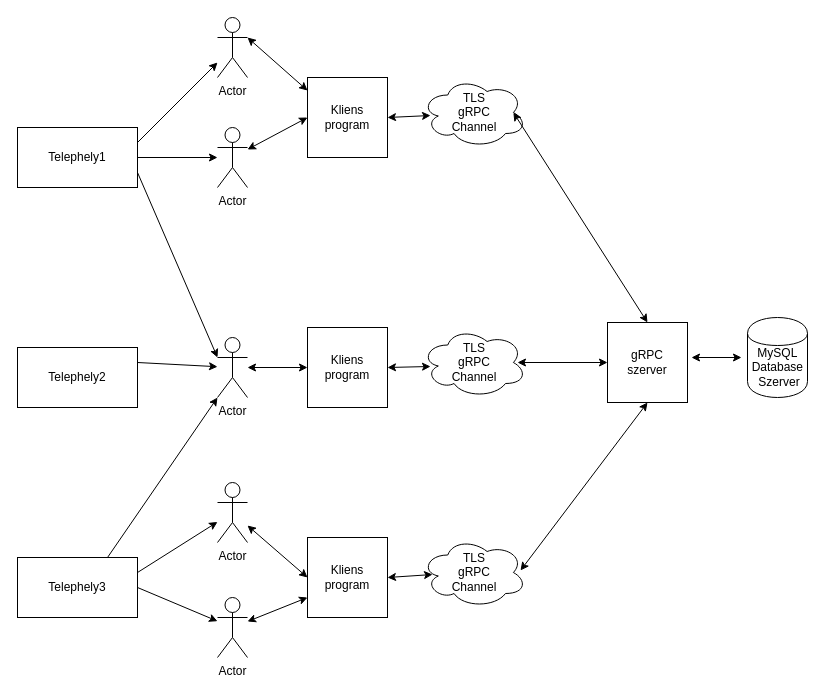
Before: vázlat/szofter arch diagram.drawio in andoren/szakdolgozat, a draw.io diagram. Source tidied: cells renumbered, new cells numbered last; positions are measured from the earlier drawing's top-left corner, leaving out a move shared by most shapes. Both pictures are drawn from the tidied source at 100%, with x=0, y=0 at pixel (17, 17).
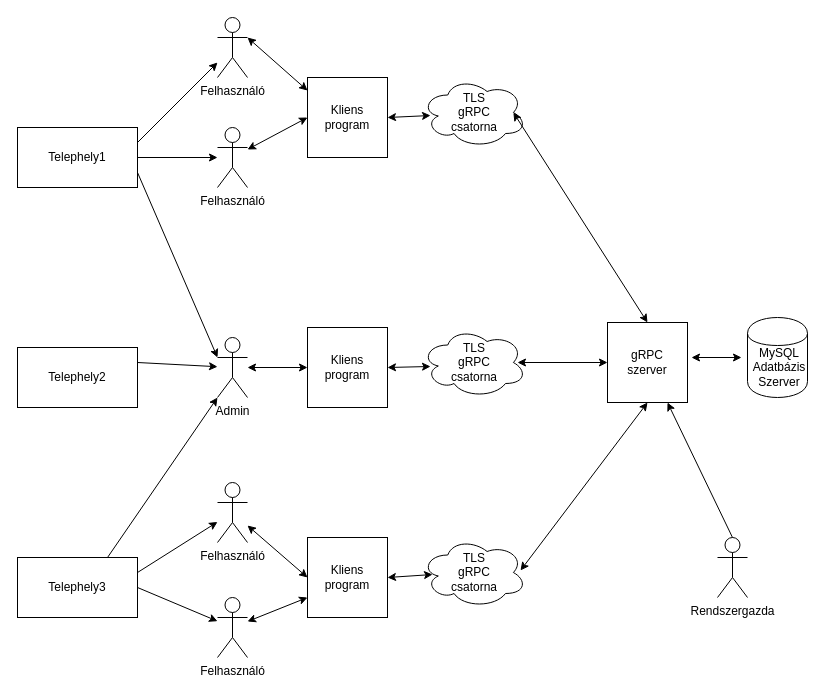
After the change.

Unchanged cells that the change refers to:
```xml
<mxCell id="32" style="whiteSpace=wrap;html=1;" parent="1" vertex="1">
  <mxGeometry x="590" y="305" width="80" height="80" as="geometry" />
</mxCell>
```

What changed in the source:
```diff
@@
-    <mxCell id="2" value="Actor" style="shape=umlActor;verticalLabelPosition=bottom;labelBackgroundColor=#ffffff;verticalAlign=top;html=1;outlineConnect=0;" parent="1" vertex="1">
+    <mxCell id="2" value="Felhasználó" style="shape=umlActor;verticalLabelPosition=bottom;labelBackgroundColor=#ffffff;verticalAlign=top;html=1;outlineConnect=0;" parent="1" vertex="1">
       <mxGeometry x="200" width="30" height="60" as="geometry" />
     </mxCell>
-    <mxCell id="3" value="Actor" style="shape=umlActor;verticalLabelPosition=bottom;labelBackgroundColor=#ffffff;verticalAlign=top;html=1;outlineConnect=0;" parent="1" vertex="1">
+    <mxCell id="3" value="Felhasználó" style="shape=umlActor;verticalLabelPosition=bottom;labelBackgroundColor=#ffffff;verticalAlign=top;html=1;outlineConnect=0;" parent="1" vertex="1">
       <mxGeometry x="200" y="110" width="30" height="60" as="geometry" />
     </mxCell>
-    <mxCell id="4" value="Actor" style="shape=umlActor;verticalLabelPosition=bottom;labelBackgroundColor=#ffffff;verticalAlign=top;html=1;outlineConnect=0;" parent="1" vertex="1">
+    <mxCell id="4" value="Admin" style="shape=umlActor;verticalLabelPosition=bottom;labelBackgroundColor=#ffffff;verticalAlign=top;html=1;outlineConnect=0;" parent="1" vertex="1">
       <mxGeometry x="200" y="320" width="30" height="60" as="geometry" />
     </mxCell>
-    <mxCell id="5" value="Actor" style="shape=umlActor;verticalLabelPosition=bottom;labelBackgroundColor=#ffffff;verticalAlign=top;html=1;outlineConnect=0;" parent="1" vertex="1">
+    <mxCell id="5" value="Felhasználó" style="shape=umlActor;verticalLabelPosition=bottom;labelBackgroundColor=#ffffff;verticalAlign=top;html=1;outlineConnect=0;" parent="1" vertex="1">
       <mxGeometry x="200" y="465" width="30" height="60" as="geometry" />
     </mxCell>
-    <mxCell id="6" value="Actor" style="shape=umlActor;verticalLabelPosition=bottom;labelBackgroundColor=#ffffff;verticalAlign=top;html=1;outlineConnect=0;" parent="1" vertex="1">
+    <mxCell id="6" value="Felhasználó" style="shape=umlActor;verticalLabelPosition=bottom;labelBackgroundColor=#ffffff;verticalAlign=top;html=1;outlineConnect=0;" parent="1" vertex="1">
       <mxGeometry x="200" y="580" width="30" height="60" as="geometry" />
     </mxCell>
@@
-    <mxCell id="29" value="TLS gRPC Channel" style="text;html=1;strokeColor=none;fillColor=none;align=center;verticalAlign=middle;whiteSpace=wrap;rounded=0;" parent="1" vertex="1">
+    <mxCell id="29" value="TLS gRPC csatorna" style="text;html=1;strokeColor=none;fillColor=none;align=center;verticalAlign=middle;whiteSpace=wrap;rounded=0;" parent="1" vertex="1">
       <mxGeometry x="436.5" y="335" width="40" height="20" as="geometry" />
     </mxCell>
-    <mxCell id="30" value="TLS gRPC Channel" style="text;html=1;strokeColor=none;fillColor=none;align=center;verticalAlign=middle;whiteSpace=wrap;rounded=0;" parent="1" vertex="1">
-      <mxGeometry x="436.5" y="545" width="40" height="20" as="geometry" />
-    </mxCell>
-    <mxCell id="31" value="TLS gRPC Channel" style="text;html=1;strokeColor=none;fillColor=none;align=center;verticalAlign=middle;whiteSpace=wrap;rounded=0;" parent="1" vertex="1">
-      <mxGeometry x="436.5" y="85" width="40" height="20" as="geometry" />
-    </mxCell>
@@
-    <mxCell id="35" value="MySQL&amp;nbsp;&lt;br&gt;Database&amp;nbsp;&lt;br&gt;Szerver" style="text;html=1;strokeColor=none;fillColor=none;align=center;verticalAlign=middle;whiteSpace=wrap;rounded=0;" parent="1" vertex="1">
+    <mxCell id="35" value="MySQL&lt;br&gt;Adatbázis&lt;br&gt;Szerver" style="text;html=1;strokeColor=none;fillColor=none;align=center;verticalAlign=middle;whiteSpace=wrap;rounded=0;" parent="1" vertex="1">
       <mxGeometry x="742" y="340" width="40" height="20" as="geometry" />
     </mxCell>
@@
+    <mxCell id="48" value="Rendszergazda" style="shape=umlActor;verticalLabelPosition=bottom;labelBackgroundColor=#ffffff;verticalAlign=top;html=1;outlineConnect=0;" parent="1" vertex="1">
+      <mxGeometry x="700" y="520" width="30" height="60" as="geometry" />
+    </mxCell>
+    <mxCell id="49" style="endArrow=classic;html=1;entryX=0.75;entryY=1;entryDx=0;entryDy=0;exitX=0.5;exitY=0;exitDx=0;exitDy=0;exitPerimeter=0;" parent="1" edge="1" source="48" target="32">
+      <mxGeometry relative="1" as="geometry" />
+    </mxCell>
+    <mxCell id="50" value="TLS gRPC csatorna" style="text;html=1;strokeColor=none;fillColor=none;align=center;verticalAlign=middle;whiteSpace=wrap;rounded=0;" parent="1" vertex="1">
+      <mxGeometry x="436.5" y="85" width="40" height="20" as="geometry" />
+    </mxCell>
+    <mxCell id="51" value="TLS gRPC csatorna" style="text;html=1;strokeColor=none;fillColor=none;align=center;verticalAlign=middle;whiteSpace=wrap;rounded=0;" parent="1" vertex="1">
+      <mxGeometry x="436.5" y="545" width="40" height="20" as="geometry" />
+    </mxCell>
```
